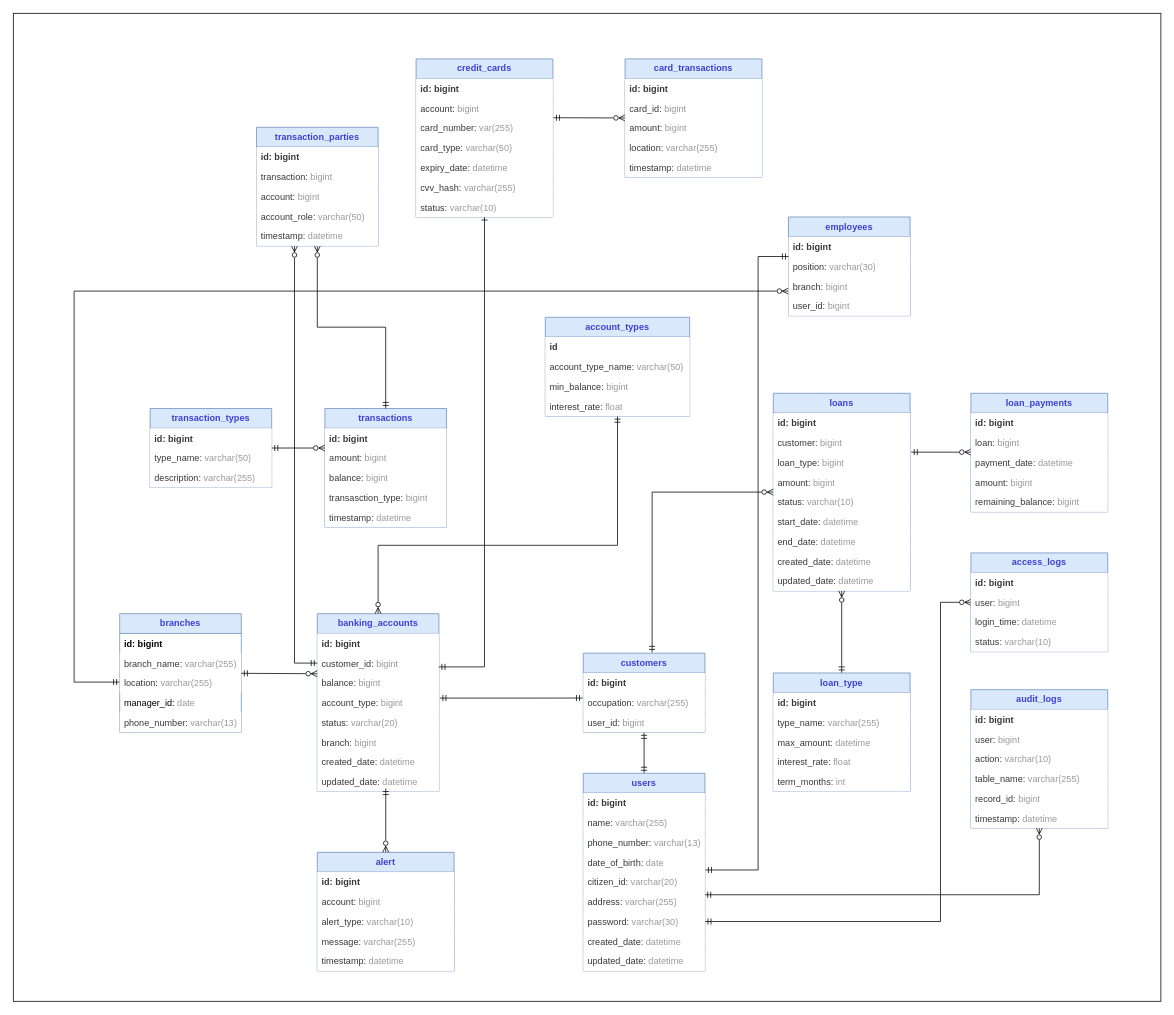
Earlier version of the draw.io diagram banking/database/Banking Diagram.drawio (dhuy00/diagram). Source tidied: cells renumbered, new cells numbered last; positions are measured from the earlier drawing's top-left corner, leaving out a move shared by most shapes. Both pictures are drawn from the tidied source at 76%, with x=0, y=0 at pixel (13, 13).
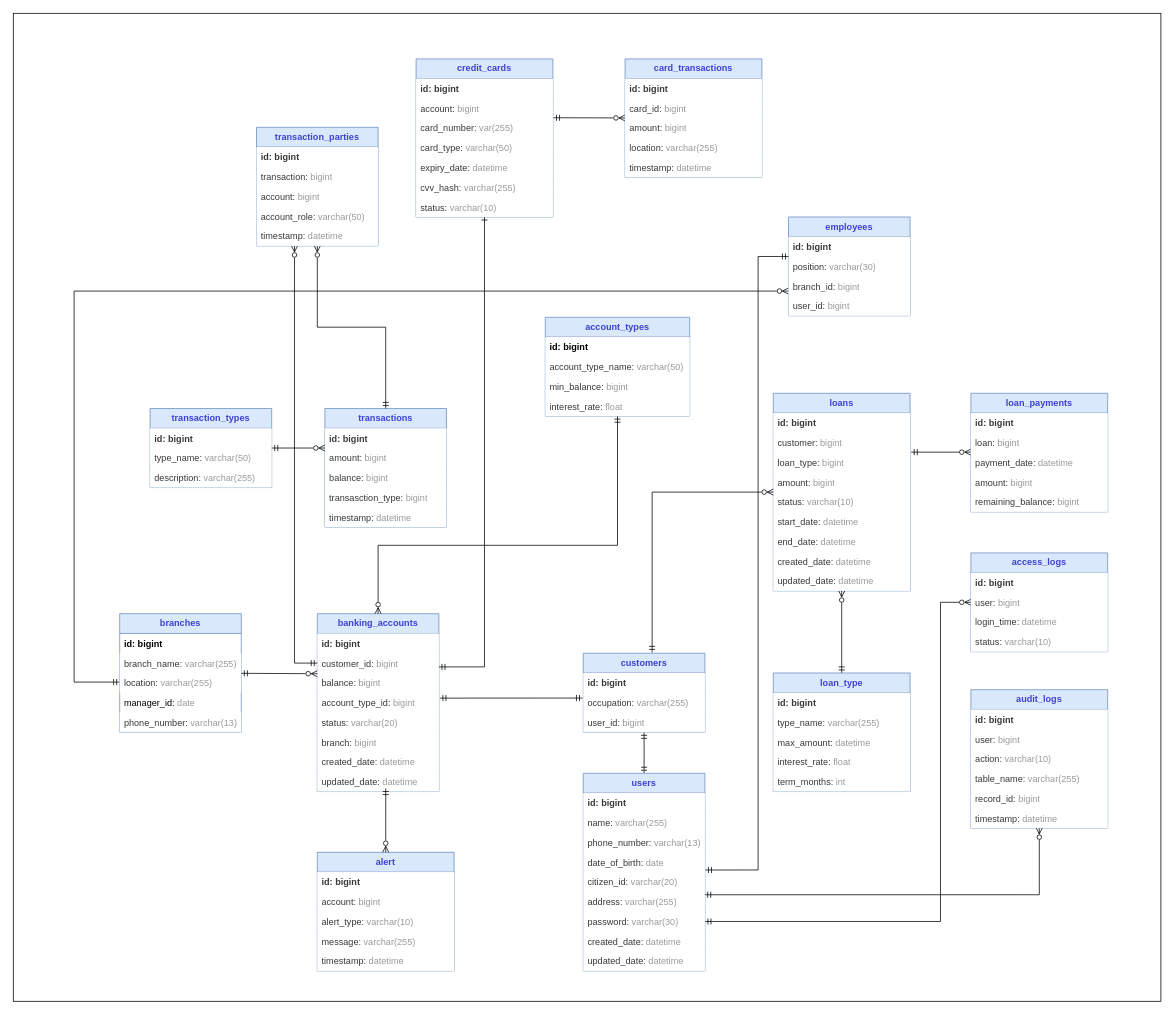
The same page after the edit.

Unchanged cells that the change refers to:
```xml
<mxCell id="8" value="banking_accounts" style="swimlane;fontStyle=1;horizontal=1;startSize=26;fillColor=#dae8fc;whiteSpace=wrap;html=1;strokeColor=#6c8ebf;fontColor=light-dark(#3c41d3, #ededed);" parent="1" vertex="1">
  <mxGeometry x="400" y="790" width="160" height="234" as="geometry" />
</mxCell>
<mxCell id="18" value="account_types" style="swimlane;fontStyle=1;horizontal=1;startSize=26;fillColor=#dae8fc;whiteSpace=wrap;html=1;strokeColor=#6c8ebf;fontColor=light-dark(#3c41d3, #ededed);" parent="1" vertex="1">
  <mxGeometry x="700" y="400" width="190" height="130" as="geometry" />
</mxCell>
<mxCell id="108" value="employees" style="swimlane;fontStyle=1;horizontal=1;startSize=26;fillColor=#dae8fc;whiteSpace=wrap;html=1;strokeColor=#6c8ebf;fontColor=light-dark(#3c41d3, #ededed);" parent="1" vertex="1">
  <mxGeometry x="1020" y="268" width="160" height="130" as="geometry" />
</mxCell>
```

Change to the diagram source:
```diff
@@
-    <mxCell id="12" value="account_type: &lt;font style=&quot;color: rgb(153, 153, 153);&quot;&gt;bigint&lt;/font&gt;" style="text;strokeColor=none;fillColor=default;align=left;verticalAlign=top;spacingLeft=4;spacingRight=4;overflow=hidden;points=[[0,0.5],[1,0.5]];portConstraint=eastwest;whiteSpace=wrap;html=1;fontColor=#393838;" parent="8" vertex="1">
+    <mxCell id="12" value="account_type_id: &lt;font style=&quot;color: rgb(153, 153, 153);&quot;&gt;bigint&lt;/font&gt;" style="text;strokeColor=none;fillColor=default;align=left;verticalAlign=top;spacingLeft=4;spacingRight=4;overflow=hidden;points=[[0,0.5],[1,0.5]];portConstraint=eastwest;whiteSpace=wrap;html=1;fontColor=#393838;" parent="8" vertex="1">
       <mxGeometry y="104" width="160" height="26" as="geometry" />
     </mxCell>
@@
-    <mxCell id="19" value="id" style="text;strokeColor=none;fillColor=default;align=left;verticalAlign=top;spacingLeft=4;spacingRight=4;overflow=hidden;whiteSpace=wrap;html=1;fontStyle=1;fontColor=light-dark(#393838, #ededed);" parent="18" vertex="1">
+    <mxCell id="19" value="&lt;font&gt;&lt;font style=&quot;color: rgb(0, 0, 0);&quot;&gt;id: &lt;/font&gt;&lt;font style=&quot;color: rgb(0, 0, 0);&quot;&gt;bigint&lt;/font&gt;&lt;/font&gt;" style="text;strokeColor=none;fillColor=default;align=left;verticalAlign=top;spacingLeft=4;spacingRight=4;overflow=hidden;whiteSpace=wrap;html=1;fontStyle=1;fontColor=light-dark(#393838, #ededed);" parent="18" vertex="1">
       <mxGeometry y="26" width="190" height="26" as="geometry" />
     </mxCell>
@@
-    <mxCell id="111" value="branch: &lt;font style=&quot;color: rgb(153, 153, 153);&quot;&gt;bigint&lt;/font&gt;" style="text;strokeColor=none;fillColor=default;align=left;verticalAlign=top;spacingLeft=4;spacingRight=4;overflow=hidden;whiteSpace=wrap;html=1;fontColor=#393838;" parent="108" vertex="1">
+    <mxCell id="111" value="branch_id: &lt;font style=&quot;color: rgb(153, 153, 153);&quot;&gt;bigint&lt;/font&gt;" style="text;strokeColor=none;fillColor=default;align=left;verticalAlign=top;spacingLeft=4;spacingRight=4;overflow=hidden;whiteSpace=wrap;html=1;fontColor=#393838;" parent="108" vertex="1">
       <mxGeometry y="78" width="160" height="26" as="geometry" />
     </mxCell>
```
